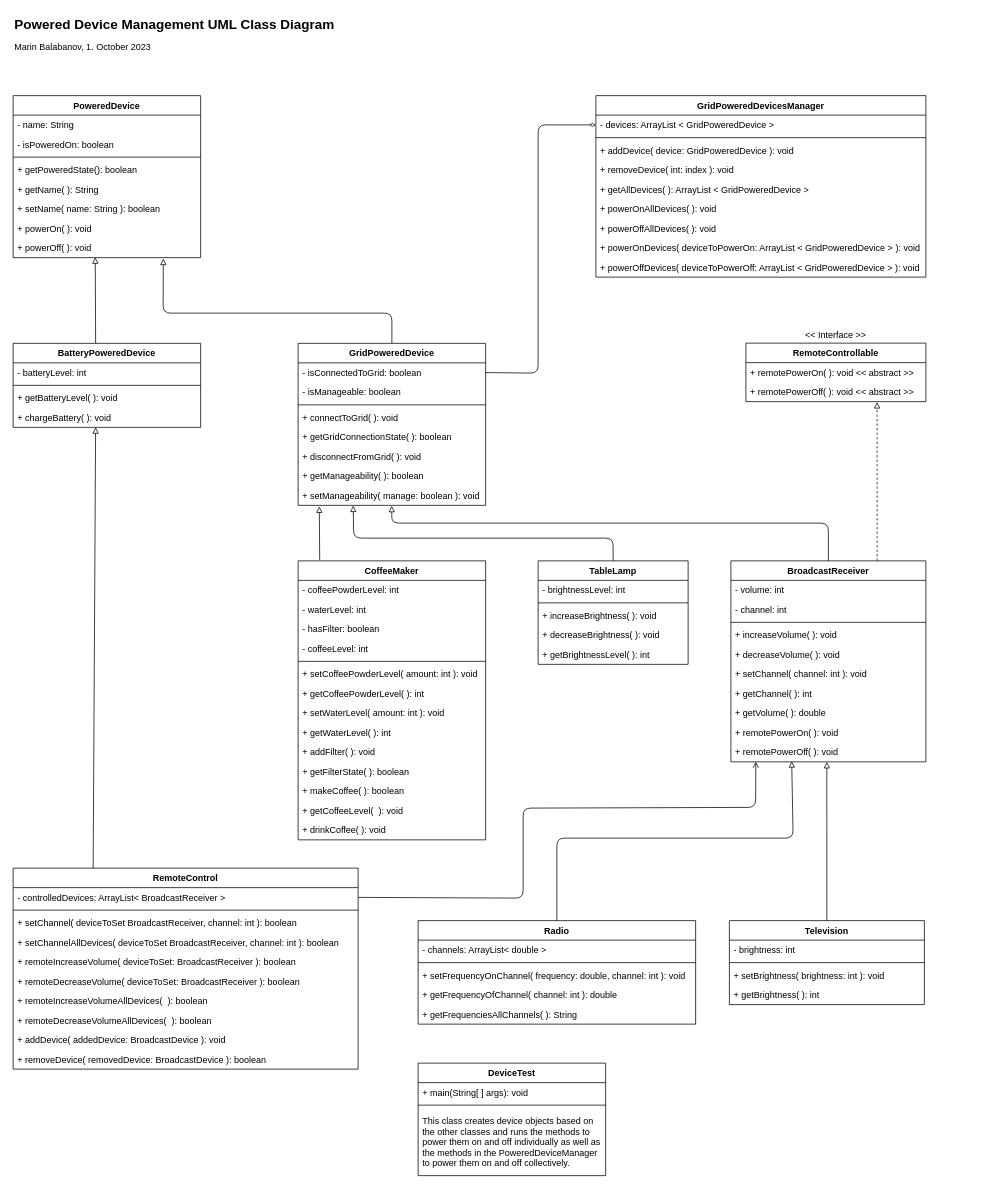
mbalabanov/Devices keeps this draw.io diagram as DevicesUML.drawio. Above is the earlier version. Source tidied: cells renumbered, new cells numbered last; positions are measured from the earlier drawing's top-left corner, leaving out a move shared by most shapes. Both pictures are drawn from the tidied source at 75%, with x=0, y=0 at pixel (13, 13).
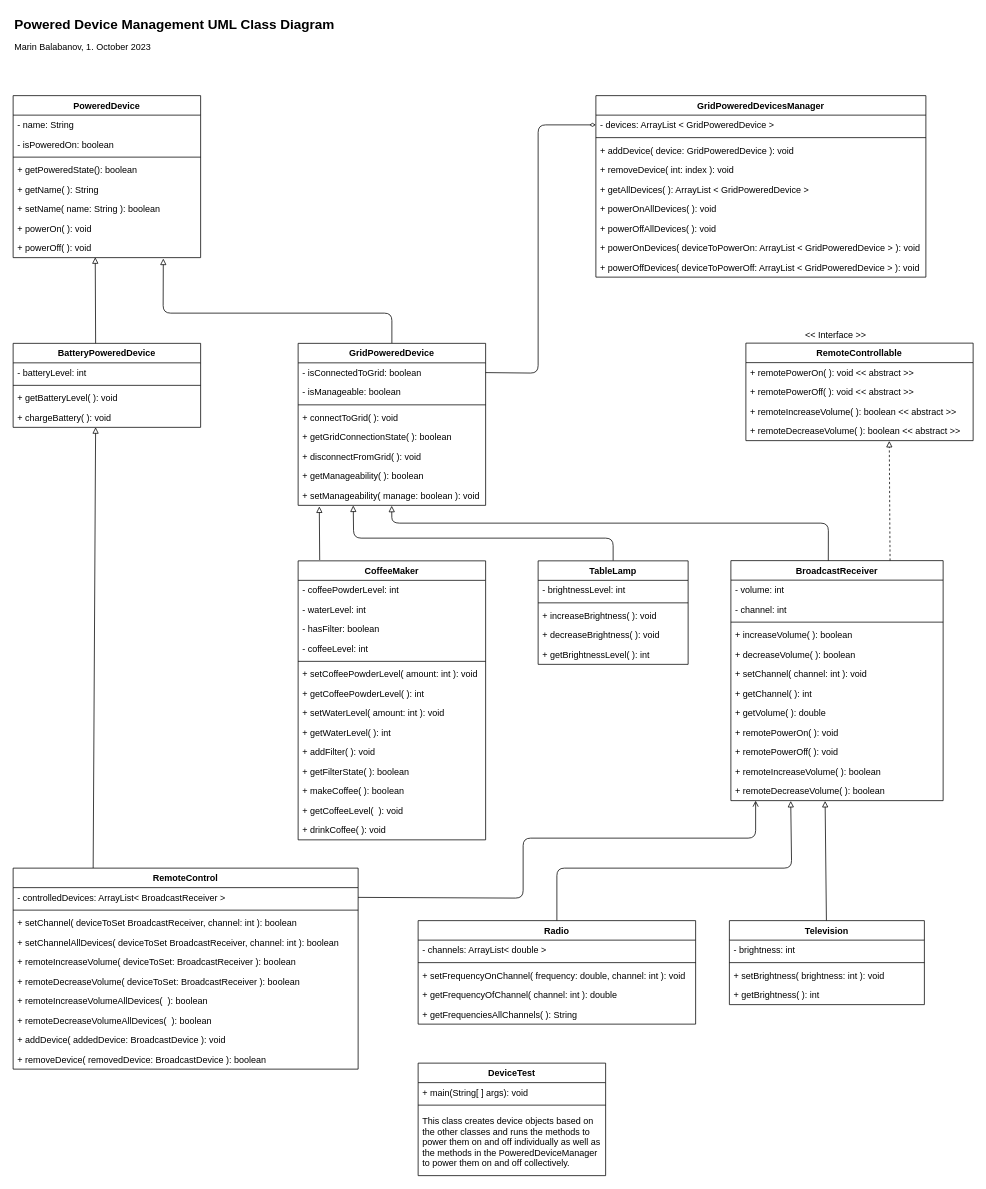
After the change.

The change refers to these unchanged cells:
```xml
<mxCell id="11" value="+ setManageability( manage: boolean ): void" style="text;strokeColor=none;fillColor=none;align=left;verticalAlign=top;spacingLeft=4;spacingRight=4;overflow=hidden;points=[[0,0.5],[1,0.5]];portConstraint=eastwest;" parent="3" vertex="1">
  <mxGeometry y="190" width="250" height="26" as="geometry" />
</mxCell>
<mxCell id="13" value="Radio" style="swimlane;fontStyle=1;align=center;verticalAlign=top;horizontal=1;startSize=26;" parent="1" vertex="1">
  <mxGeometry x="540" y="1210" width="370" height="138" as="geometry" />
</mxCell>
<mxCell id="20" value="Television" style="swimlane;fontStyle=1;align=center;verticalAlign=top;horizontal=1;startSize=26;" parent="1" vertex="1">
  <mxGeometry x="955" y="1210" width="260" height="112" as="geometry" />
</mxCell>
<mxCell id="81" value="- controlledDevices: ArrayList&lt; BroadcastReceiver &gt;" style="text;strokeColor=none;fillColor=none;align=left;verticalAlign=top;spacingLeft=4;spacingRight=4;overflow=hidden;points=[[0,0.5],[1,0.5]];portConstraint=eastwest;" parent="80" vertex="1">
  <mxGeometry y="26" width="460" height="26" as="geometry" />
</mxCell>
```

Change to the diagram source:
```diff
@@
-    <mxCell id="12" style="edgeStyle=none;html=1;endArrow=block;endFill=0;exitX=0.5;exitY=0;exitDx=0;exitDy=0;entryX=0.312;entryY=0.969;entryDx=0;entryDy=0;entryPerimeter=0;" parent="1" edge="1" source="13" target="36">
+    <mxCell id="12" style="edgeStyle=none;html=1;endArrow=block;endFill=0;exitX=0.5;exitY=0;exitDx=0;exitDy=0;entryX=0.282;entryY=1.017;entryDx=0;entryDy=0;entryPerimeter=0;" parent="1" edge="1" source="13" target="111">
       <mxGeometry relative="1" as="geometry">
         <Array as="points">
-          <mxPoint x="725" y="1100" />
-          <mxPoint x="1040" y="1100" />
+          <mxPoint x="725" y="1140" />
+          <mxPoint x="1038" y="1140" />
         </Array>
       </mxGeometry>
     </mxCell>
@@
-    <mxCell id="19" style="edgeStyle=none;html=1;entryX=0.492;entryY=1.003;entryDx=0;entryDy=0;entryPerimeter=0;endArrow=block;endFill=0;" parent="1" edge="1" source="20" target="36">
+    <mxCell id="19" style="edgeStyle=none;html=1;entryX=0.444;entryY=1.017;entryDx=0;entryDy=0;entryPerimeter=0;endArrow=block;endFill=0;" parent="1" edge="1" source="20" target="111">
       <mxGeometry relative="1" as="geometry" />
     </mxCell>
@@
-    <mxCell id="25" style="edgeStyle=none;html=1;exitX=0.75;exitY=0;exitDx=0;exitDy=0;dashed=1;endArrow=block;endFill=0;entryX=0.729;entryY=1.022;entryDx=0;entryDy=0;entryPerimeter=0;" parent="1" edge="1" source="26" target="61">
+    <mxCell id="25" style="edgeStyle=none;html=1;exitX=0.75;exitY=0;exitDx=0;exitDy=0;dashed=1;endArrow=block;endFill=0;entryX=0.631;entryY=1.016;entryDx=0;entryDy=0;entryPerimeter=0;" parent="1" edge="1" source="26" target="113">
       <mxGeometry relative="1" as="geometry" />
     </mxCell>
     <mxCell id="26" value="BroadcastReceiver" style="swimlane;fontStyle=1;align=center;verticalAlign=top;horizontal=1;startSize=26;" parent="1" vertex="1">
-      <mxGeometry x="957" y="730.3" width="260" height="268" as="geometry" />
+      <mxGeometry x="957" y="730" width="283" height="320" as="geometry" />
     </mxCell>
     <mxCell id="27" value="- volume: int" style="text;strokeColor=none;fillColor=none;align=left;verticalAlign=top;spacingLeft=4;spacingRight=4;overflow=hidden;" parent="26" vertex="1">
-      <mxGeometry y="26" width="260" height="26" as="geometry" />
+      <mxGeometry y="26" width="283" height="26" as="geometry" />
     </mxCell>
     <mxCell id="28" value="- channel: int" style="text;strokeColor=none;fillColor=none;align=left;verticalAlign=top;spacingLeft=4;spacingRight=4;overflow=hidden;" parent="26" vertex="1">
-      <mxGeometry y="52" width="260" height="26" as="geometry" />
+      <mxGeometry y="52" width="283" height="26" as="geometry" />
     </mxCell>
     <mxCell id="29" style="line;strokeWidth=1;fillColor=none;align=left;verticalAlign=middle;spacingTop=-1;spacingLeft=3;spacingRight=3;labelPosition=right;strokeColor=inherit;" parent="26" vertex="1">
-      <mxGeometry y="78" width="260" height="8" as="geometry" />
+      <mxGeometry y="78" width="283" height="8" as="geometry" />
     </mxCell>
-    <mxCell id="30" value="+ increaseVolume( ): void" style="text;strokeColor=none;fillColor=none;align=left;verticalAlign=top;spacingLeft=4;spacingRight=4;overflow=hidden;" parent="26" vertex="1">
-      <mxGeometry y="86" width="260" height="26" as="geometry" />
+    <mxCell id="30" value="+ increaseVolume( ): boolean" style="text;strokeColor=none;fillColor=none;align=left;verticalAlign=top;spacingLeft=4;spacingRight=4;overflow=hidden;" parent="26" vertex="1">
+      <mxGeometry y="86" width="283" height="26" as="geometry" />
     </mxCell>
-    <mxCell id="31" value="+ decreaseVolume( ): void" style="text;strokeColor=none;fillColor=none;align=left;verticalAlign=top;spacingLeft=4;spacingRight=4;overflow=hidden;" parent="26" vertex="1">
-      <mxGeometry y="112" width="260" height="26" as="geometry" />
+    <mxCell id="31" value="+ decreaseVolume( ): boolean" style="text;strokeColor=none;fillColor=none;align=left;verticalAlign=top;spacingLeft=4;spacingRight=4;overflow=hidden;" parent="26" vertex="1">
+      <mxGeometry y="112" width="283" height="26" as="geometry" />
     </mxCell>
     <mxCell id="32" value="+ setChannel( channel: int ): void" style="text;strokeColor=none;fillColor=none;align=left;verticalAlign=top;spacingLeft=4;spacingRight=4;overflow=hidden;" parent="26" vertex="1">
-      <mxGeometry y="138" width="260" height="26" as="geometry" />
+      <mxGeometry y="138" width="283" height="26" as="geometry" />
     </mxCell>
     <mxCell id="33" value="+ getChannel( ): int" style="text;strokeColor=none;fillColor=none;align=left;verticalAlign=top;spacingLeft=4;spacingRight=4;overflow=hidden;" parent="26" vertex="1">
-      <mxGeometry y="164" width="260" height="26" as="geometry" />
+      <mxGeometry y="164" width="283" height="26" as="geometry" />
     </mxCell>
     <mxCell id="34" value="+ getVolume( ): double" style="text;strokeColor=none;fillColor=none;align=left;verticalAlign=top;spacingLeft=4;spacingRight=4;overflow=hidden;" parent="26" vertex="1">
-      <mxGeometry y="190" width="260" height="26" as="geometry" />
+      <mxGeometry y="190" width="283" height="26" as="geometry" />
     </mxCell>
     <mxCell id="35" value="+ remotePowerOn( ): void" style="text;strokeColor=none;fillColor=none;align=left;verticalAlign=top;spacingLeft=4;spacingRight=4;overflow=hidden;" parent="26" vertex="1">
-      <mxGeometry y="216" width="260" height="26" as="geometry" />
+      <mxGeometry y="216" width="283" height="26" as="geometry" />
     </mxCell>
     <mxCell id="36" value="+ remotePowerOff( ): void" style="text;strokeColor=none;fillColor=none;align=left;verticalAlign=top;spacingLeft=4;spacingRight=4;overflow=hidden;points=[[0,0.5],[1,0.5]];portConstraint=eastwest;" parent="26" vertex="1">
-      <mxGeometry y="242" width="260" height="26" as="geometry" />
+      <mxGeometry y="242" width="283" height="26" as="geometry" />
     </mxCell>
+    <mxCell id="110" value="+ remoteIncreaseVolume( ): boolean" style="text;strokeColor=none;fillColor=none;align=left;verticalAlign=top;spacingLeft=4;spacingRight=4;overflow=hidden;" parent="26" vertex="1">
+      <mxGeometry y="268" width="283" height="26" as="geometry" />
+    </mxCell>
+    <mxCell id="111" value="+ remoteDecreaseVolume( ): boolean" style="text;strokeColor=none;fillColor=none;align=left;verticalAlign=top;spacingLeft=4;spacingRight=4;overflow=hidden;points=[[0,0.5],[1,0.5]];portConstraint=eastwest;" parent="26" vertex="1">
+      <mxGeometry y="294" width="283" height="26" as="geometry" />
+    </mxCell>
@@
     <mxCell id="59" value="RemoteControllable" style="swimlane;fontStyle=1;align=center;verticalAlign=top;horizontal=1;startSize=26;" parent="1" vertex="1">
-      <mxGeometry x="977" y="440" width="240" height="78" as="geometry" />
+      <mxGeometry x="977" y="440" width="303" height="130" as="geometry" />
     </mxCell>
     <mxCell id="60" value="+ remotePowerOn( ): void &lt;&lt; abstract &gt;&gt;" style="text;strokeColor=none;fillColor=none;align=left;verticalAlign=top;spacingLeft=4;spacingRight=4;overflow=hidden;" parent="59" vertex="1">
-      <mxGeometry y="26" width="240" height="26" as="geometry" />
+      <mxGeometry y="26" width="303" height="26" as="geometry" />
     </mxCell>
     <mxCell id="61" value="+ remotePowerOff( ): void &lt;&lt; abstract &gt;&gt;" style="text;strokeColor=none;fillColor=none;align=left;verticalAlign=top;spacingLeft=4;spacingRight=4;overflow=hidden;points=[[0,0.5],[1,0.5]];portConstraint=eastwest;" parent="59" vertex="1">
-      <mxGeometry y="52" width="240" height="26" as="geometry" />
+      <mxGeometry y="52" width="303" height="26" as="geometry" />
     </mxCell>
+    <mxCell id="112" value="+ remoteIncreaseVolume( ): boolean &lt;&lt; abstract &gt;&gt;" style="text;strokeColor=none;fillColor=none;align=left;verticalAlign=top;spacingLeft=4;spacingRight=4;overflow=hidden;" parent="59" vertex="1">
+      <mxGeometry y="78" width="303" height="26" as="geometry" />
+    </mxCell>
+    <mxCell id="113" value="+ remoteDecreaseVolume( ): boolean &lt;&lt; abstract &gt;&gt;" style="text;strokeColor=none;fillColor=none;align=left;verticalAlign=top;spacingLeft=4;spacingRight=4;overflow=hidden;points=[[0,0.5],[1,0.5]];portConstraint=eastwest;" parent="59" vertex="1">
+      <mxGeometry y="104" width="303" height="26" as="geometry" />
+    </mxCell>
@@
-    <mxCell id="74" style="edgeStyle=none;html=1;endArrow=block;endFill=0;exitX=0.5;exitY=0;exitDx=0;exitDy=0;entryX=0.499;entryY=1.02;entryDx=0;entryDy=0;entryPerimeter=0;" parent="1" edge="1" source="26" target="11">
+    <mxCell id="74" style="edgeStyle=none;html=1;endArrow=block;endFill=0;exitX=0.459;exitY=0;exitDx=0;exitDy=0;entryX=0.499;entryY=1.02;entryDx=0;entryDy=0;entryPerimeter=0;exitPerimeter=0;" parent="1" edge="1" source="26" target="11">
       <mxGeometry relative="1" as="geometry">
         <Array as="points">
           <mxPoint x="1087" y="680" />
           <mxPoint x="505" y="680" />
         </Array>
       </mxGeometry>
     </mxCell>
@@
-    <mxCell id="78" style="edgeStyle=none;html=1;entryX=0.128;entryY=0.992;entryDx=0;entryDy=0;exitX=1;exitY=0.5;exitDx=0;exitDy=0;endArrow=open;endFill=0;entryPerimeter=0;" parent="1" edge="1" source="81" target="36">
+    <mxCell id="78" style="edgeStyle=none;html=1;exitX=1;exitY=0.5;exitDx=0;exitDy=0;endArrow=open;endFill=0;" parent="1" edge="1" source="81">
       <mxGeometry relative="1" as="geometry">
+        <mxPoint x="990" y="1050" as="targetPoint" />
         <Array as="points">
           <mxPoint x="680" y="1180" />
-          <mxPoint x="680" y="1060" />
-          <mxPoint x="990" y="1059" />
+          <mxPoint x="680" y="1100" />
+          <mxPoint x="990" y="1100" />
         </Array>
       </mxGeometry>
     </mxCell>
```
